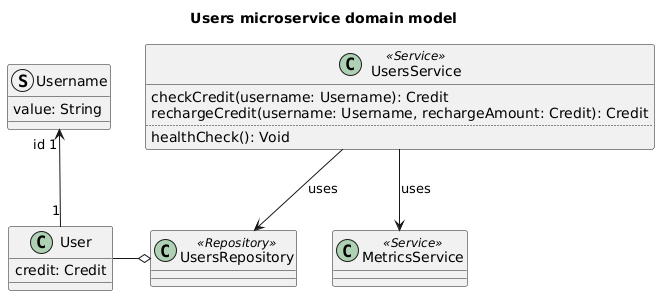
Ventus218/SAP-assignment-02 keeps this PlantUML diagram as doc/diagrams/users-microservice-domain-model.png. Above is the earlier version. The source it was exported from:
```plantuml
@startuml users-microservice-domain-model

title Users microservice domain model

class User {
    credit: Credit
}
struct Username {
    value: String
}
User "1" -u-> "id 1" Username

class UsersRepository <<Repository>>
UsersRepository o-l- User

class UsersService <<Service>> {
    checkCredit(username: Username): Credit
    rechargeCredit(username: Username, rechargeAmount: Credit): Credit
    ..
    healthCheck(): Void
}

UsersService --> UsersRepository : "uses"

class MetricsService <<Service>>
UsersService --> MetricsService : "uses"

@enduml
```
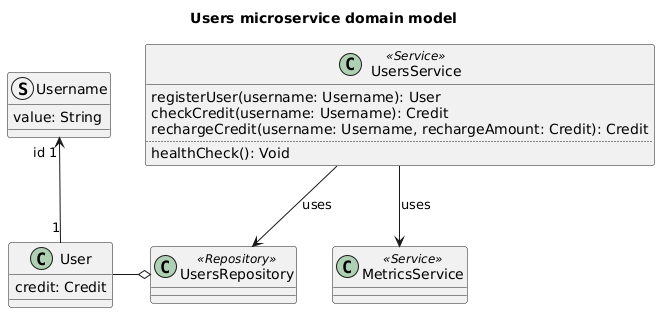
The same file after the commit.

Commit message:
Automatically generated PlantUML diagrams

What changed in the source:
```diff
@@ -14,6 +14,7 @@
 UsersRepository o-l- User
 
 class UsersService <<Service>> {
+    registerUser(username: Username): User
     checkCredit(username: Username): Credit
     rechargeCredit(username: Username, rechargeAmount: Credit): Credit
     ..
```
